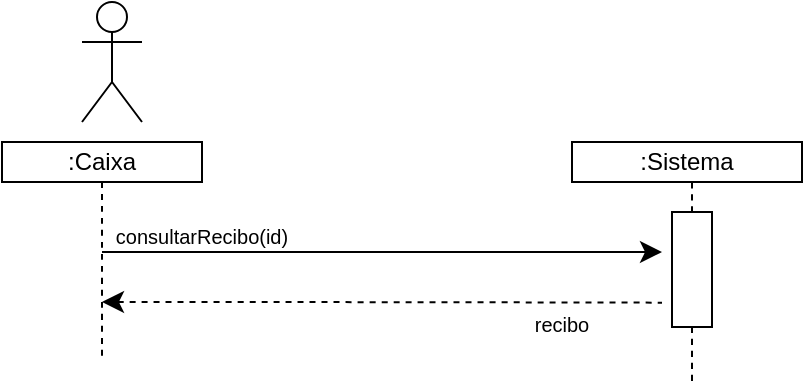
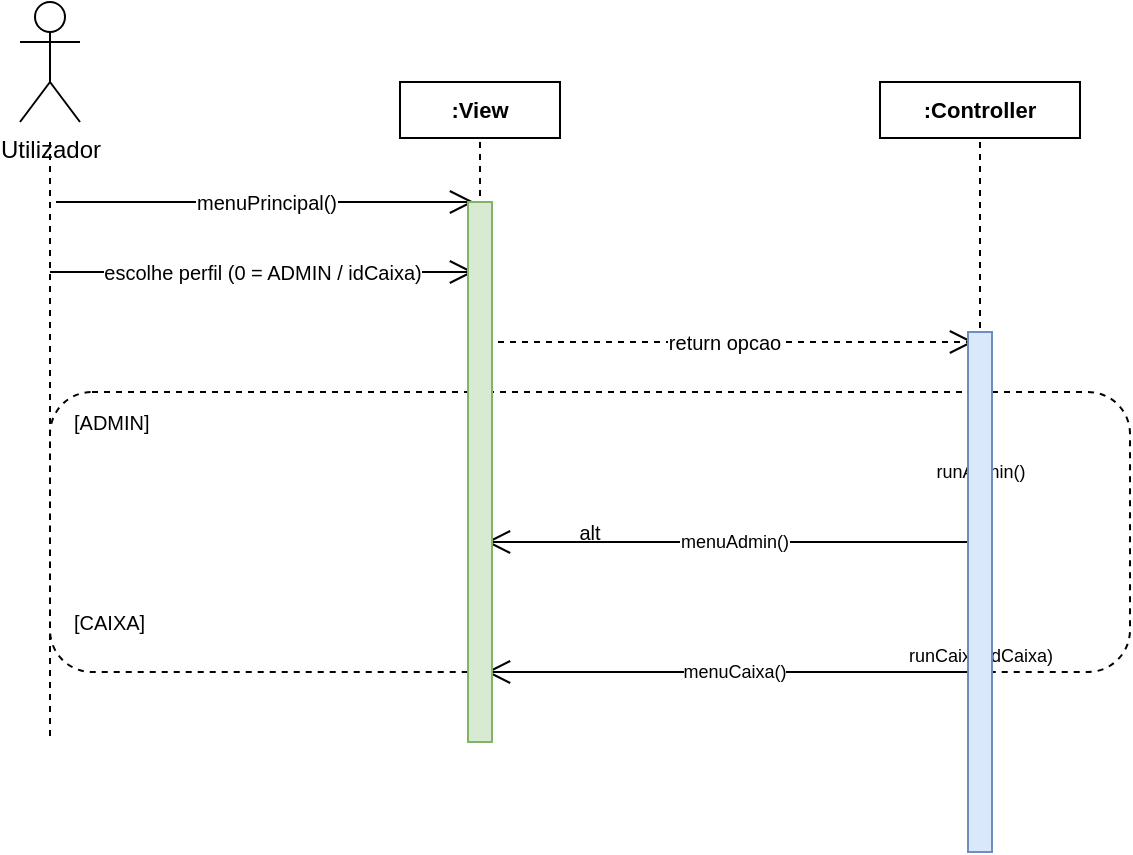
<mxfile host="app.diagrams.net">
-   <diagram name="Page-1" id="gLzY6KWBv10CbBK-cKQt">
-     <mxGraphModel dx="1140" dy="532" grid="1" gridSize="10" guides="1" tooltips="1" connect="1" arrows="1" fold="1" page="1" pageScale="1" pageWidth="850" pageHeight="1100" math="0" shadow="0">
+   <diagram name="UC14-SelecionarPerfil" id="uc14_seq">
+     <mxGraphModel dx="1000" dy="600" grid="1" gridSize="10" guides="1" tooltips="1" connect="1" arrows="1" fold="1" page="1" pageScale="1" pageWidth="750" pageHeight="450" math="0" shadow="0">
      <root>
        <mxCell id="0" />
        <mxCell id="1" parent="0" />
-         <mxCell id="dupzYkKquYSHnxmJmB-P-13" edge="1" parent="1" style="edgeStyle=none;curved=1;rounded=0;orthogonalLoop=1;jettySize=auto;html=1;fontSize=12;startSize=8;endSize=8;">
-           <mxGeometry relative="1" as="geometry">
-             <mxPoint x="180" y="195" as="sourcePoint" />
-             <mxPoint x="460" y="195" as="targetPoint" />
+ 
+         <mxCell id="actor" parent="1" style="shape=umlActor;verticalLabelPosition=bottom;verticalAlign=top;html=1;outlineConnect=0;" value="Utilizador" vertex="1">
+           <mxGeometry height="60" width="30" x="30" y="20" as="geometry" />
+         </mxCell>
+         <mxCell id="life_actor" parent="1" style="endArrow=none;html=1;dashed=1;strokeWidth=1;" edge="1">
+           <mxGeometry height="300" width="2" relative="1" as="geometry">
+             <mxPoint x="45" y="90" as="sourcePoint" />
+             <mxPoint x="45" y="390" as="targetPoint" />
          </mxGeometry>
        </mxCell>
-         <mxCell id="dupzYkKquYSHnxmJmB-P-14" parent="1" style="text;html=1;whiteSpace=wrap;strokeColor=none;fillColor=none;align=center;verticalAlign=middle;rounded=0;fontSize=16;" value="&lt;font style=&quot;font-size: 10px;&quot;&gt;consultarRecibo(id)&lt;/font&gt;" vertex="1">
-           <mxGeometry height="30" width="160" x="150" y="170" as="geometry" />
+ 
+         <mxCell id="v_header" parent="1" style="rounded=0;whiteSpace=wrap;html=1;fontStyle=1;fontSize=11;" value=":View" vertex="1">
+           <mxGeometry height="28" width="80" x="220" y="60" as="geometry" />
        </mxCell>
-         <mxCell id="dupzYkKquYSHnxmJmB-P-15" edge="1" parent="1" style="edgeStyle=none;curved=1;rounded=0;orthogonalLoop=1;jettySize=auto;html=1;fontSize=12;startSize=8;endSize=8;startArrow=classic;startFill=1;endArrow=none;endFill=0;dashed=1;">
-           <mxGeometry relative="1" as="geometry">
-             <Array as="points">
-               <mxPoint x="320" y="220" />
-             </Array>
-             <mxPoint x="180" y="220" as="sourcePoint" />
-             <mxPoint x="460" y="220.33000000000004" as="targetPoint" />
+         <mxCell id="life_v" parent="1" style="endArrow=none;html=1;dashed=1;strokeWidth=1;" edge="1">
+           <mxGeometry height="300" width="2" relative="1" as="geometry">
+             <mxPoint x="260" y="90" as="sourcePoint" />
+             <mxPoint x="260" y="390" as="targetPoint" />
          </mxGeometry>
        </mxCell>
-         <mxCell id="dupzYkKquYSHnxmJmB-P-22" edge="1" parent="1" source="dupzYkKquYSHnxmJmB-P-21" style="edgeStyle=none;curved=1;rounded=0;orthogonalLoop=1;jettySize=auto;html=1;entryX=0.5;entryY=1;entryDx=0;entryDy=0;fontSize=12;startSize=8;endSize=8;endArrow=none;endFill=0;dashed=1;">
-           <mxGeometry relative="1" as="geometry">
-             <mxPoint x="475" y="160" as="targetPoint" />
+ 
+         <mxCell id="ctrl_header" parent="1" style="rounded=0;whiteSpace=wrap;html=1;fontStyle=1;fontSize=11;" value=":Controller" vertex="1">
+           <mxGeometry height="28" width="100" x="460" y="60" as="geometry" />
+         </mxCell>
+         <mxCell id="life_ctrl" parent="1" style="endArrow=none;html=1;dashed=1;strokeWidth=1;" edge="1">
+           <mxGeometry height="300" width="2" relative="1" as="geometry">
+             <mxPoint x="510" y="90" as="sourcePoint" />
+             <mxPoint x="510" y="390" as="targetPoint" />
          </mxGeometry>
        </mxCell>
-         <mxCell id="dupzYkKquYSHnxmJmB-P-33" edge="1" parent="1" source="dupzYkKquYSHnxmJmB-P-21" style="edgeStyle=none;curved=1;rounded=0;orthogonalLoop=1;jettySize=auto;html=1;exitX=1;exitY=0.5;exitDx=0;exitDy=0;entryX=0;entryY=0.5;entryDx=0;entryDy=0;fontSize=12;startSize=8;endSize=8;dashed=1;endArrow=none;endFill=0;">
-           <mxGeometry relative="1" as="geometry">
-             <mxPoint x="475" y="255" as="targetPoint" />
+ 
+         <mxCell id="msg1" parent="1" style="endArrow=open;html=1;fontSize=10;endSize=10;" value="menuPrincipal()" edge="1">
+           <mxGeometry height="2" relative="1" as="geometry">
+             <mxPoint x="48" y="120" as="sourcePoint" />
+             <mxPoint x="257" y="120" as="targetPoint" />
          </mxGeometry>
        </mxCell>
-         <mxCell id="dupzYkKquYSHnxmJmB-P-21" parent="1" style="rounded=0;whiteSpace=wrap;html=1;rotation=90;" value="" vertex="1">
-           <mxGeometry height="20" width="57.5" x="446.25" y="193.75" as="geometry" />
-         </mxCell>
-         <mxCell id="dupzYkKquYSHnxmJmB-P-23" edge="1" parent="1" style="edgeStyle=none;orthogonalLoop=1;jettySize=auto;html=1;rounded=0;fontSize=12;startSize=8;endSize=8;curved=1;endArrow=none;endFill=0;dashed=1;" value="">
-           <mxGeometry relative="1" width="140" as="geometry">
-             <Array as="points" />
-             <mxPoint x="180" y="160" as="sourcePoint" />
-             <mxPoint x="180" y="250" as="targetPoint" />
+ 
+         <mxCell id="msg2" parent="1" style="endArrow=open;html=1;fontSize=10;endSize=10;" value="escolhe perfil (0 = ADMIN / idCaixa)" edge="1">
+           <mxGeometry height="2" relative="1" as="geometry">
+             <mxPoint x="45" y="155" as="sourcePoint" />
+             <mxPoint x="257" y="155" as="targetPoint" />
          </mxGeometry>
        </mxCell>
-         <mxCell id="Ey4ZoZCtD9a0uIFWcwvA-1" parent="1" style="shape=umlActor;verticalLabelPosition=bottom;verticalAlign=top;html=1;outlineConnect=0;" value="" vertex="1">
-           <mxGeometry height="60" width="30" x="170" y="70" as="geometry" />
-         </mxCell>
-         <mxCell id="cTFjGEk_i5BCWLA3OZg6-17" edge="1" parent="1" source="dupzYkKquYSHnxmJmB-P-21" style="edgeStyle=none;orthogonalLoop=1;jettySize=auto;html=1;rounded=0;fontSize=12;startSize=8;endSize=8;curved=1;endArrow=none;endFill=0;dashed=1;exitX=1;exitY=0.5;exitDx=0;exitDy=0;" value="">
-           <mxGeometry relative="1" width="140" as="geometry">
-             <Array as="points" />
-             <mxPoint x="474.67" y="280" as="sourcePoint" />
-             <mxPoint x="475" y="260" as="targetPoint" />
+ 
+         <mxCell id="msg3" parent="1" style="endArrow=open;html=1;fontSize=10;dashed=1;endSize=10;" value="return opcao" edge="1">
+           <mxGeometry height="2" relative="1" as="geometry">
+             <mxPoint x="257" y="190" as="sourcePoint" />
+             <mxPoint x="507" y="190" as="targetPoint" />
          </mxGeometry>
        </mxCell>
-         <mxCell id="cTFjGEk_i5BCWLA3OZg6-64" parent="1" style="text;html=1;whiteSpace=wrap;strokeColor=none;fillColor=none;align=center;verticalAlign=middle;rounded=0;fontSize=16;" value="&lt;font style=&quot;font-size: 10px;&quot;&gt;recibo&lt;/font&gt;" vertex="1">
-           <mxGeometry height="30" width="100" x="360" y="213.75" as="geometry" />
+ 
+         <mxCell id="alt_box" parent="1" style="rounded=1;whiteSpace=wrap;html=1;fillColor=none;dashed=1;strokeWidth=1;fontSize=10;" value="alt" vertex="1">
+           <mxGeometry height="140" width="540" x="45" y="215" as="geometry" />
        </mxCell>
-         <mxCell id="SE-gDakme8GYjJ3R1LU3-1" parent="1" style="rounded=0;whiteSpace=wrap;html=1;" value=":Sistema" vertex="1">
-           <mxGeometry height="20" width="115" x="415" y="140" as="geometry" />
+ 
+         <mxCell id="alt1_label" parent="1" style="text;html=1;fontSize=10;align=left;" value="[ADMIN]" vertex="1">
+           <mxGeometry height="18" width="50" x="55" y="218" as="geometry" />
        </mxCell>
-         <mxCell id="SE-gDakme8GYjJ3R1LU3-2" parent="1" style="rounded=0;whiteSpace=wrap;html=1;" value=":Caixa" vertex="1">
-           <mxGeometry height="20" width="100" x="130" y="140" as="geometry" />
+         <mxCell id="msg4a" parent="1" style="endArrow=open;html=1;fontSize=9;endSize=10;" value="runAdmin()" edge="1">
+           <mxGeometry height="2" relative="1" as="geometry">
+             <mxPoint x="510" y="245" as="sourcePoint" />
+             <mxPoint x="510" y="265" as="targetPoint" />
+           </mxGeometry>
+         </mxCell>
+         <mxCell id="self4a" parent="1" style="html=1;shape=mxgraph.arrows2.arrow;dy=0.6;dx=30;notch=0;fontSize=10;" value="" edge="1">
+           <mxGeometry height="20" width="20" relative="1" as="geometry">
+             <mxPoint x="510" y="265" as="sourcePoint" />
+             <mxPoint x="540" y="265" as="targetPoint" />
+           </mxGeometry>
+         </mxCell>
+         <mxCell id="msg5a" parent="1" style="endArrow=open;html=1;fontSize=9;endSize=10;" value="menuAdmin()" edge="1">
+           <mxGeometry height="2" relative="1" as="geometry">
+             <mxPoint x="510" y="290" as="sourcePoint" />
+             <mxPoint x="263" y="290" as="targetPoint" />
+           </mxGeometry>
+         </mxCell>
+ 
+         <mxCell id="alt2_label" parent="1" style="text;html=1;fontSize=10;align=left;" value="[CAIXA]" vertex="1">
+           <mxGeometry height="18" width="50" x="55" y="318" as="geometry" />
+         </mxCell>
+         <mxCell id="msg4b" parent="1" style="endArrow=open;html=1;fontSize=9;endSize=10;" value="runCaixa(idCaixa)" edge="1">
+           <mxGeometry height="2" relative="1" as="geometry">
+             <mxPoint x="510" y="338" as="sourcePoint" />
+             <mxPoint x="510" y="355" as="targetPoint" />
+           </mxGeometry>
+         </mxCell>
+         <mxCell id="self4b" parent="1" style="html=1;shape=mxgraph.arrows2.arrow;dy=0.6;dx=30;notch=0;fontSize=10;" value="" edge="1">
+           <mxGeometry height="20" width="20" relative="1" as="geometry">
+             <mxPoint x="510" y="255" as="sourcePoint" />
+             <mxPoint x="540" y="255" as="targetPoint" />
+           </mxGeometry>
+         </mxCell>
+         <mxCell id="msg5b" parent="1" style="endArrow=open;html=1;fontSize=9;endSize=10;" value="menuCaixa()" edge="1">
+           <mxGeometry height="2" relative="1" as="geometry">
+             <mxPoint x="510" y="355" as="sourcePoint" />
+             <mxPoint x="263" y="355" as="targetPoint" />
+           </mxGeometry>
+         </mxCell>
+ 
+         <mxCell id="act_v" parent="1" style="rounded=0;whiteSpace=wrap;html=1;fillColor=#D9EAD3;strokeColor=#82B366;" value="" vertex="1">
+           <mxGeometry height="270" width="12" x="254" y="120" as="geometry" />
+         </mxCell>
+         <mxCell id="act_ctrl" parent="1" style="rounded=0;whiteSpace=wrap;html=1;fillColor=#DAE8FC;strokeColor=#6C8EBF;" value="" vertex="1">
+           <mxGeometry height="260" width="12" x="504" y="185" as="geometry" />
        </mxCell>
      </root>
    </mxGraphModel>
  </diagram>
</mxfile>
